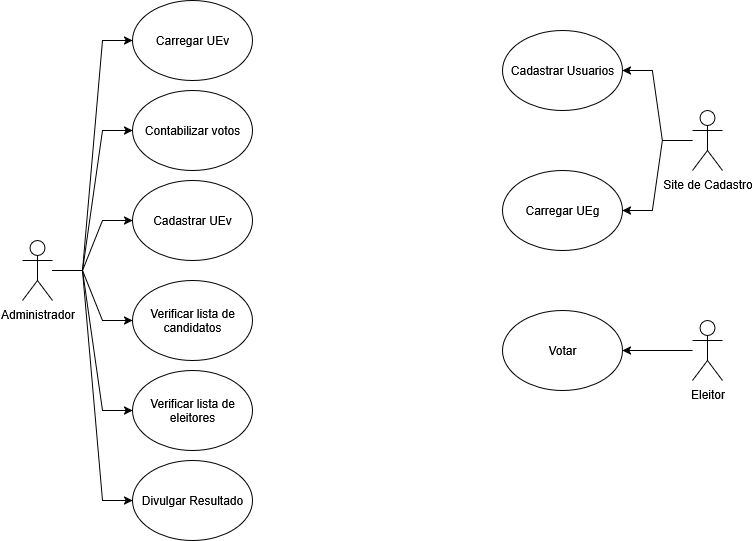
Above: imagens/Casos de Uso.drawio.png in HenriqueFinatti/Modelagem-De-Software-Orientado-a-Objetos (draw.io), before the change. Source tidied: cells renumbered, new cells last; positions are measured from the earlier drawing's top-left corner, leaving out a move shared by most shapes.
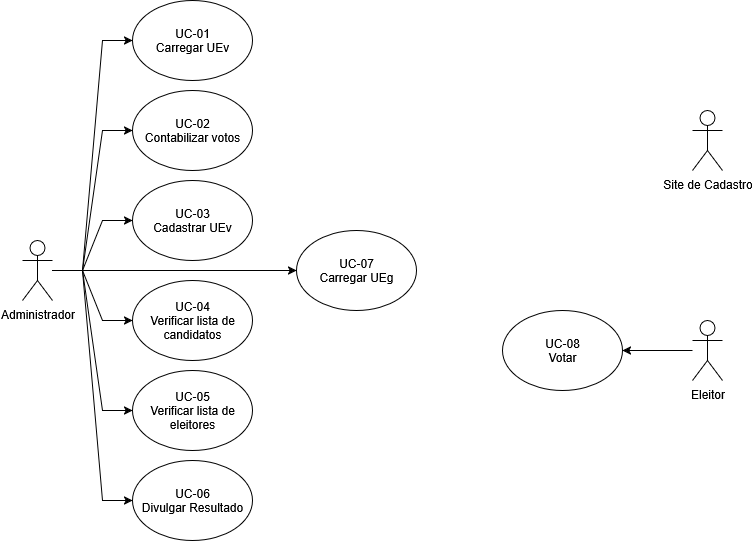
Later version of the same file.

Commit message:
Detalhamento dos casos de uso

The edit, as a diff of the source:
```diff
@@ -2,12 +2,6 @@
   <root>
     <mxCell id="0" />
     <mxCell id="1" parent="0" />
-    <mxCell id="2" style="edgeStyle=entityRelationEdgeStyle;rounded=0;jettySize=auto;html=1;entryX=1;entryY=0.5;entryDx=0;entryDy=0;" parent="1" edge="1" source="4" target="21">
-      <mxGeometry relative="1" as="geometry" />
-    </mxCell>
-    <mxCell id="3" style="edgeStyle=entityRelationEdgeStyle;rounded=0;jettySize=auto;html=1;entryX=1;entryY=0.5;entryDx=0;entryDy=0;" parent="1" edge="1" source="4" target="22">
-      <mxGeometry relative="1" as="geometry" />
-    </mxCell>
     <mxCell id="4" value="Site de Cadastro" style="shape=umlActor;verticalLabelPosition=bottom;verticalAlign=top;html=1;outlineConnect=0;" parent="1" vertex="1">
       <mxGeometry x="670" y="110" width="30" height="60" as="geometry" />
     </mxCell>
@@ -29,6 +23,9 @@
     <mxCell id="10" style="edgeStyle=entityRelationEdgeStyle;rounded=0;jettySize=auto;html=1;entryX=0;entryY=0.5;entryDx=0;entryDy=0;" parent="1" edge="1" source="11" target="20">
       <mxGeometry relative="1" as="geometry" />
     </mxCell>
+    <mxCell id="23" style="edgeStyle=orthogonalEdgeStyle;rounded=0;jettySize=auto;html=1;" parent="1" edge="1" source="11" target="22">
+      <mxGeometry relative="1" as="geometry" />
+    </mxCell>
     <mxCell id="11" value="Administrador" style="shape=umlActor;verticalLabelPosition=bottom;verticalAlign=top;html=1;outlineConnect=0;" parent="1" vertex="1">
       <mxGeometry y="240" width="30" height="60" as="geometry" />
     </mxCell>
@@ -38,32 +35,29 @@
     <mxCell id="13" value="&lt;div&gt;Eleitor&lt;/div&gt;&lt;div&gt;&lt;br&gt;&lt;/div&gt;" style="shape=umlActor;verticalLabelPosition=bottom;verticalAlign=top;html=1;outlineConnect=0;" parent="1" vertex="1">
       <mxGeometry x="670" y="320" width="30" height="60" as="geometry" />
     </mxCell>
-    <mxCell id="14" value="&lt;div&gt;Votar&lt;/div&gt;" style="ellipse;whiteSpace=wrap;html=1;" parent="1" vertex="1">
+    <mxCell id="14" value="&lt;div&gt;UC-08&lt;/div&gt;&lt;div&gt;Votar&lt;/div&gt;" style="ellipse;whiteSpace=wrap;html=1;" parent="1" vertex="1">
       <mxGeometry x="480" y="310" width="120" height="80" as="geometry" />
     </mxCell>
-    <mxCell id="15" value="Contabilizar votos" style="ellipse;whiteSpace=wrap;html=1;" parent="1" vertex="1">
+    <mxCell id="15" value="&lt;div&gt;UC-02&lt;/div&gt;&lt;div&gt;Contabilizar votos&lt;/div&gt;" style="ellipse;whiteSpace=wrap;html=1;" parent="1" vertex="1">
       <mxGeometry x="110" y="90" width="120" height="80" as="geometry" />
     </mxCell>
-    <mxCell id="16" value="&lt;div&gt;Divulgar Resultado&lt;/div&gt;" style="ellipse;whiteSpace=wrap;html=1;" parent="1" vertex="1">
+    <mxCell id="16" value="UC-06&lt;div&gt;Divulgar Resultado&lt;/div&gt;" style="ellipse;whiteSpace=wrap;html=1;" parent="1" vertex="1">
       <mxGeometry x="110" y="460" width="120" height="80" as="geometry" />
     </mxCell>
-    <mxCell id="17" value="Carregar UEv" style="ellipse;whiteSpace=wrap;html=1;" parent="1" vertex="1">
+    <mxCell id="17" value="&lt;div&gt;UC-01&lt;/div&gt;&lt;div&gt;Carregar UEv&lt;/div&gt;" style="ellipse;whiteSpace=wrap;html=1;" parent="1" vertex="1">
       <mxGeometry x="110" width="120" height="80" as="geometry" />
     </mxCell>
-    <mxCell id="18" value="&lt;div&gt;Cadastrar UEv&lt;/div&gt;" style="ellipse;whiteSpace=wrap;html=1;" parent="1" vertex="1">
+    <mxCell id="18" value="&lt;div&gt;UC-03&lt;/div&gt;&lt;div&gt;Cadastrar UEv&lt;/div&gt;" style="ellipse;whiteSpace=wrap;html=1;" parent="1" vertex="1">
       <mxGeometry x="110" y="180" width="120" height="80" as="geometry" />
     </mxCell>
-    <mxCell id="19" value="&lt;div&gt;Verificar lista de candidatos&lt;/div&gt;" style="ellipse;whiteSpace=wrap;html=1;" parent="1" vertex="1">
+    <mxCell id="19" value="&lt;div&gt;UC-04&lt;/div&gt;&lt;div&gt;Verificar lista de candidatos&lt;/div&gt;" style="ellipse;whiteSpace=wrap;html=1;" parent="1" vertex="1">
       <mxGeometry x="110" y="280" width="120" height="80" as="geometry" />
     </mxCell>
-    <mxCell id="20" value="Verificar lista de eleitores" style="ellipse;whiteSpace=wrap;html=1;" parent="1" vertex="1">
+    <mxCell id="20" value="UC-05&lt;div&gt;Verificar lista de eleitores&lt;/div&gt;" style="ellipse;whiteSpace=wrap;html=1;" parent="1" vertex="1">
       <mxGeometry x="110" y="370" width="120" height="80" as="geometry" />
     </mxCell>
-    <mxCell id="21" value="&lt;div&gt;Cadastrar Usuarios&lt;/div&gt;" style="ellipse;whiteSpace=wrap;html=1;" parent="1" vertex="1">
-      <mxGeometry x="480" y="30" width="120" height="80" as="geometry" />
-    </mxCell>
-    <mxCell id="22" value="&lt;div&gt;Carregar UEg&lt;/div&gt;" style="ellipse;whiteSpace=wrap;html=1;" parent="1" vertex="1">
-      <mxGeometry x="480" y="170" width="120" height="80" as="geometry" />
+    <mxCell id="22" value="&lt;div&gt;UC-07&lt;/div&gt;&lt;div&gt;Carregar UEg&lt;/div&gt;" style="ellipse;whiteSpace=wrap;html=1;" parent="1" vertex="1">
+      <mxGeometry x="274" y="230" width="120" height="80" as="geometry" />
     </mxCell>
   </root>
 </mxGraphModel>
```
